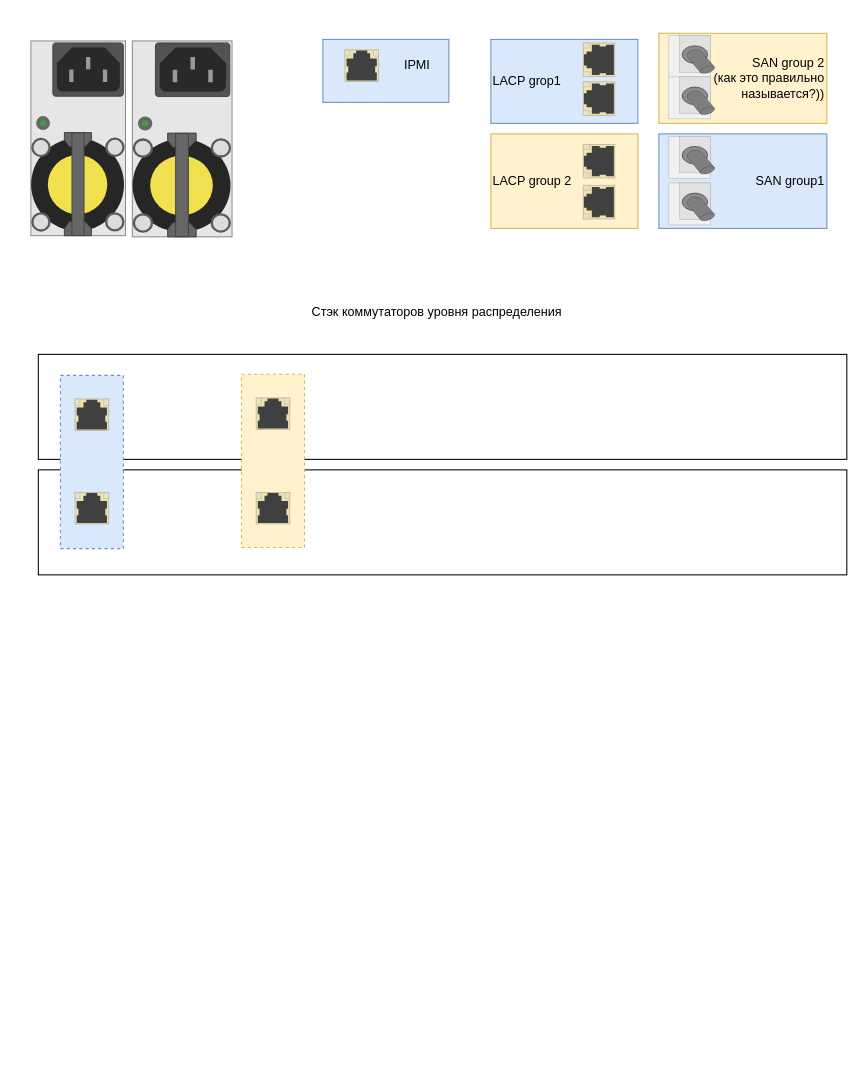
Before: page "Cluster" (3 of 4) of Untitled Diagram.drawio in morzhov/trinity, a draw.io diagram. Source tidied: cells renumbered, new cells numbered last; positions are measured from the earlier drawing's top-left corner, leaving out a move shared by most shapes. Both pictures are drawn from the tidied source at 105%, with x=0, y=0 at pixel (-20, 33).
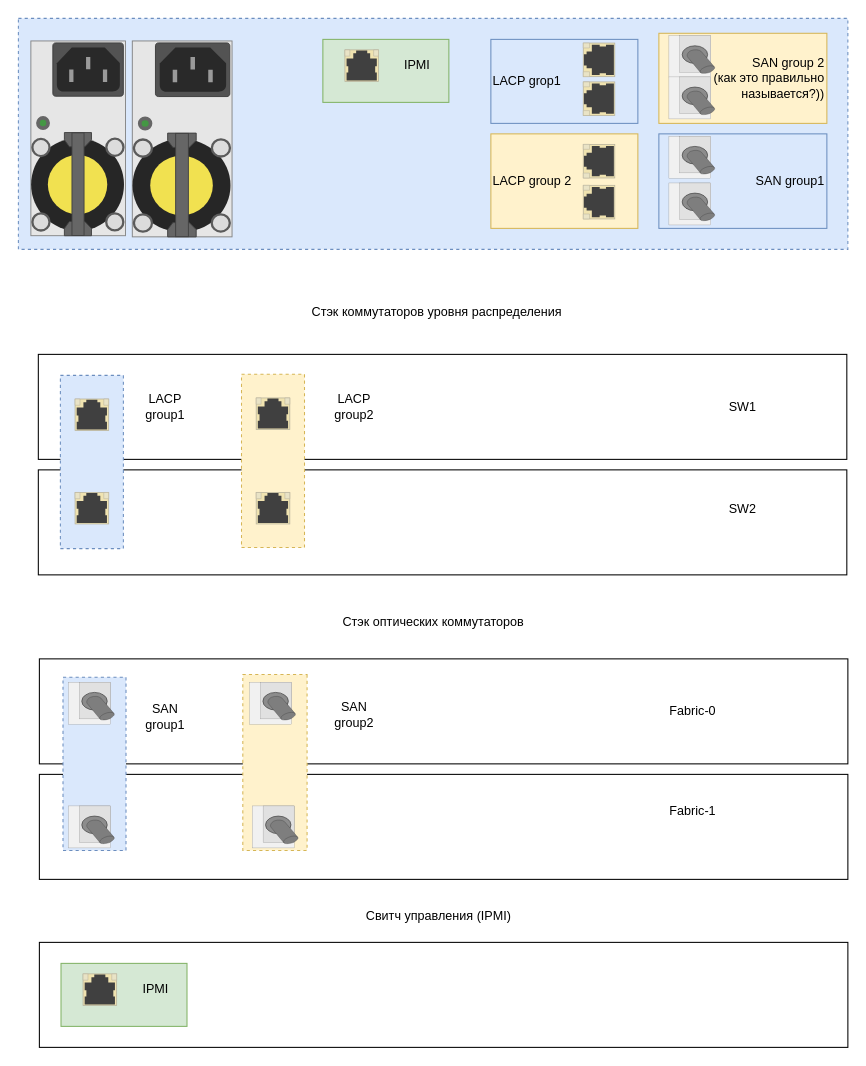
After the change.

The edit, as a diff of the source:
```diff
@@
+    <mxCell id="28" style="rounded=0;whiteSpace=wrap;html=1;" parent="1" vertex="1">
+      <mxGeometry x="56" y="596" width="770" height="100" as="geometry" />
+    </mxCell>
+    <mxCell id="29" style="rounded=0;whiteSpace=wrap;html=1;" parent="1" vertex="1">
+      <mxGeometry x="56" y="706" width="770" height="100" as="geometry" />
+    </mxCell>
+    <mxCell id="30" style="rounded=0;whiteSpace=wrap;html=1;rotation=90;dashed=1;fillColor=#fff2cc;strokeColor=#d6b656;" parent="1" vertex="1">
+      <mxGeometry x="196.6" y="664.1" width="167.5" height="61.2" as="geometry" />
+    </mxCell>
+    <mxCell id="31" style="rounded=0;whiteSpace=wrap;html=1;rotation=90;dashed=1;fillColor=#dae8fc;strokeColor=#6c8ebf;" parent="1" vertex="1">
+      <mxGeometry x="26" y="666" width="165" height="60" as="geometry" />
+    </mxCell>
+    <mxCell id="32" style="rounded=0;whiteSpace=wrap;html=1;dashed=1;fillColor=#dae8fc;strokeColor=#6c8ebf;" parent="1" vertex="1">
+      <mxGeometry x="36" y="-14" width="790" height="220" as="geometry" />
+    </mxCell>
@@
-    <mxCell id="4" style="rounded=0;whiteSpace=wrap;html=1;fillColor=#dae8fc;strokeColor=#6c8ebf;" parent="1" vertex="1">
+    <mxCell id="4" style="rounded=0;whiteSpace=wrap;html=1;fillColor=#d5e8d4;strokeColor=#82b366;" parent="1" vertex="1">
       <mxGeometry x="326" y="6" width="120" height="60" as="geometry" />
     </mxCell>
@@
+    <mxCell id="33" value="LACP group2" style="text;strokeColor=none;align=center;fillColor=none;html=1;verticalAlign=middle;whiteSpace=wrap;rounded=0;" parent="1" vertex="1">
+      <mxGeometry x="326" y="341" width="60" height="30" as="geometry" />
+    </mxCell>
+    <mxCell id="34" value="LACP group1" style="text;strokeColor=none;align=center;fillColor=none;html=1;verticalAlign=middle;whiteSpace=wrap;rounded=0;" parent="1" vertex="1">
+      <mxGeometry x="146" y="341" width="60" height="30" as="geometry" />
+    </mxCell>
+    <mxCell id="35" value="SW1" style="text;strokeColor=none;align=center;fillColor=none;html=1;verticalAlign=middle;whiteSpace=wrap;rounded=0;" parent="1" vertex="1">
+      <mxGeometry x="696" y="341" width="60" height="30" as="geometry" />
+    </mxCell>
+    <mxCell id="36" value="SW2" style="text;strokeColor=none;align=center;fillColor=none;html=1;verticalAlign=middle;whiteSpace=wrap;rounded=0;" parent="1" vertex="1">
+      <mxGeometry x="696" y="438.5" width="60" height="30" as="geometry" />
+    </mxCell>
+    <mxCell id="37" style="html=1;verticalLabelPosition=bottom;verticalAlign=top;shadow=0;dashed=0;shape=mxgraph.rack.hpe_aruba.switches.direct_sfp;rotation=-90;" parent="1" vertex="1">
+      <mxGeometry x="86" y="616" width="40" height="44.5" as="geometry" />
+    </mxCell>
+    <mxCell id="38" style="html=1;verticalLabelPosition=bottom;verticalAlign=top;shadow=0;dashed=0;shape=mxgraph.rack.hpe_aruba.switches.direct_sfp;rotation=-90;" parent="1" vertex="1">
+      <mxGeometry x="86" y="733.8" width="40" height="44.5" as="geometry" />
+    </mxCell>
+    <mxCell id="39" style="html=1;verticalLabelPosition=bottom;verticalAlign=top;shadow=0;dashed=0;shape=mxgraph.rack.hpe_aruba.switches.direct_sfp;rotation=-90;" parent="1" vertex="1">
+      <mxGeometry x="258.5" y="616" width="40" height="44.5" as="geometry" />
+    </mxCell>
+    <mxCell id="40" style="html=1;verticalLabelPosition=bottom;verticalAlign=top;shadow=0;dashed=0;shape=mxgraph.rack.hpe_aruba.switches.direct_sfp;rotation=-90;" parent="1" vertex="1">
+      <mxGeometry x="261" y="733.8" width="40" height="44.5" as="geometry" />
+    </mxCell>
+    <mxCell id="41" value="Fabric-0" style="text;html=1;align=center;verticalAlign=middle;strokeColor=none;fillColor=none;" parent="1" vertex="1">
+      <mxGeometry x="642.8" y="631" width="70" height="30" as="geometry" />
+    </mxCell>
+    <mxCell id="42" value="Fabric-1" style="text;html=1;align=center;verticalAlign=middle;strokeColor=none;fillColor=none;" parent="1" vertex="1">
+      <mxGeometry x="642.8" y="726" width="70" height="30" as="geometry" />
+    </mxCell>
+    <mxCell id="43" value="Стэк оптических коммутаторов" style="text;html=1;align=center;verticalAlign=middle;strokeColor=none;fillColor=none;" parent="1" vertex="1">
+      <mxGeometry x="331" y="546" width="200" height="30" as="geometry" />
+    </mxCell>
+    <mxCell id="44" value="SAN group1" style="text;strokeColor=none;align=center;fillColor=none;html=1;verticalAlign=middle;whiteSpace=wrap;rounded=0;" parent="1" vertex="1">
+      <mxGeometry x="146" y="636" width="60" height="30" as="geometry" />
+    </mxCell>
+    <mxCell id="45" value="SAN group2" style="text;strokeColor=none;align=center;fillColor=none;html=1;verticalAlign=middle;whiteSpace=wrap;rounded=0;" parent="1" vertex="1">
+      <mxGeometry x="326" y="634.1" width="60" height="30" as="geometry" />
+    </mxCell>
+    <mxCell id="46" style="rounded=0;whiteSpace=wrap;html=1;" parent="1" vertex="1">
+      <mxGeometry x="56" y="866" width="770" height="100" as="geometry" />
+    </mxCell>
+    <mxCell id="47" value="Свитч управления (IPMI)" style="text;html=1;align=center;verticalAlign=middle;strokeColor=none;fillColor=none;" parent="1" vertex="1">
+      <mxGeometry x="356" y="826" width="160" height="30" as="geometry" />
+    </mxCell>
+    <mxCell id="48" style="rounded=0;whiteSpace=wrap;html=1;fillColor=#d5e8d4;strokeColor=#82b366;" parent="1" vertex="1">
+      <mxGeometry x="76.6" y="886" width="120" height="60" as="geometry" />
+    </mxCell>
+    <mxCell id="49" style="html=1;verticalLabelPosition=bottom;verticalAlign=top;shadow=0;dashed=0;shape=mxgraph.rack.hpe_aruba.switches.rj45_sfp;rotation=0;" parent="1" vertex="1">
+      <mxGeometry x="97.6" y="896" width="32" height="30" as="geometry" />
+    </mxCell>
+    <mxCell id="50" value="IPMI" style="text;strokeColor=none;align=center;fillColor=none;html=1;verticalAlign=middle;whiteSpace=wrap;rounded=0;" parent="1" vertex="1">
+      <mxGeometry x="136.6" y="896" width="60" height="30" as="geometry" />
+    </mxCell>
```
